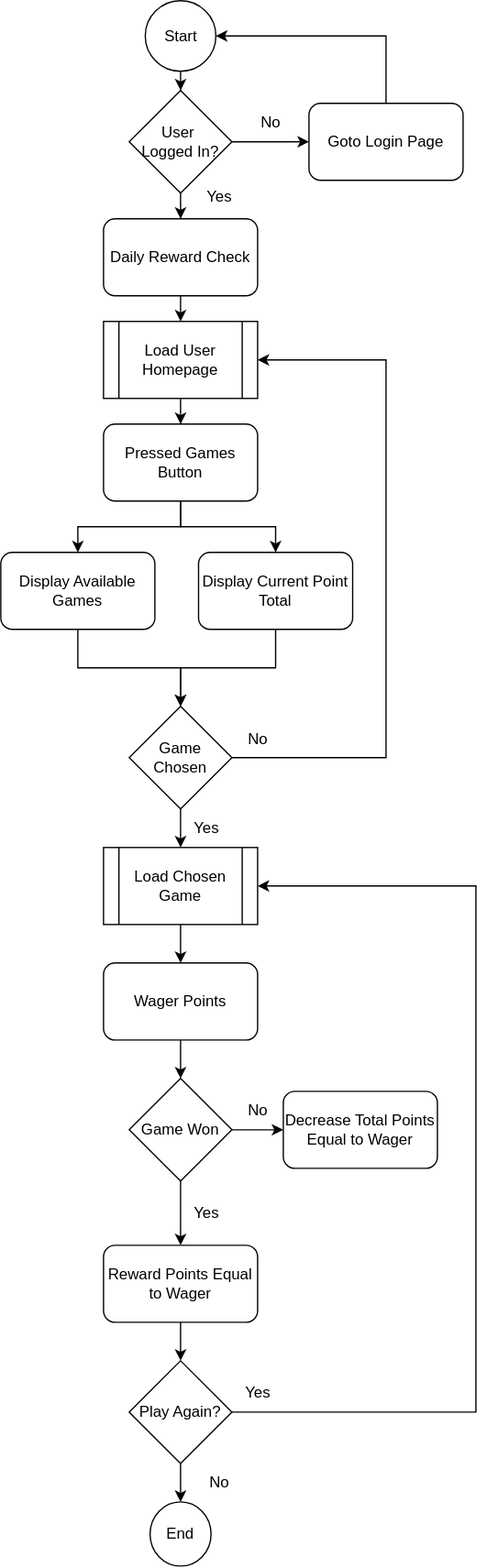
This is diagrams/svg/Daniel-flow.drawio.svg from JeffCompasClassrooms/jeffcompasclassrooms-s25-cs2450-cs2450-project-youface, a draw.io export, as it was before one commit. Source tidied: cells renumbered, new cells last; positions are measured from the earlier drawing's top-left corner, leaving out a move shared by most shapes. Its diagram source:
```xml
<mxGraphModel>
  <root>
    <mxCell id="0" />
    <mxCell id="1" parent="0" />
    <mxCell id="2" style="edgeStyle=orthogonalEdgeStyle;rounded=0;jettySize=auto;html=1;entryX=0.5;entryY=0;entryDx=0;entryDy=0;" parent="1" edge="1" source="3" target="8">
      <mxGeometry relative="1" as="geometry" />
    </mxCell>
    <mxCell id="3" value="Start" style="ellipse;whiteSpace=wrap;html=1;" parent="1" vertex="1">
      <mxGeometry x="112.5" width="55" height="55" as="geometry" />
    </mxCell>
    <mxCell id="4" style="edgeStyle=orthogonalEdgeStyle;rounded=0;jettySize=auto;html=1;" parent="1" edge="1" source="5">
      <mxGeometry relative="1" as="geometry">
        <mxPoint x="140" y="250" as="targetPoint" />
      </mxGeometry>
    </mxCell>
    <mxCell id="5" value="Daily Reward Check" style="rounded=1;whiteSpace=wrap;html=1;" parent="1" vertex="1">
      <mxGeometry x="80" y="170" width="120" height="60" as="geometry" />
    </mxCell>
    <mxCell id="6" style="edgeStyle=orthogonalEdgeStyle;rounded=0;jettySize=auto;html=1;entryX=0.5;entryY=0;entryDx=0;entryDy=0;" parent="1" edge="1" source="8" target="5">
      <mxGeometry relative="1" as="geometry" />
    </mxCell>
    <mxCell id="7" style="edgeStyle=orthogonalEdgeStyle;rounded=0;jettySize=auto;html=1;" parent="1" edge="1" source="8" target="11">
      <mxGeometry relative="1" as="geometry" />
    </mxCell>
    <mxCell id="8" value="User&amp;nbsp;&lt;div&gt;Logged In?&lt;/div&gt;" style="rhombus;whiteSpace=wrap;html=1;" parent="1" vertex="1">
      <mxGeometry x="100" y="70" width="80" height="80" as="geometry" />
    </mxCell>
    <mxCell id="9" value="Yes" style="text;html=1;align=center;verticalAlign=middle;strokeColor=none;fillColor=none;" parent="1" vertex="1">
      <mxGeometry x="150" y="138" width="40" height="30" as="geometry" />
    </mxCell>
    <mxCell id="10" style="edgeStyle=orthogonalEdgeStyle;rounded=0;jettySize=auto;html=1;entryX=1;entryY=0.5;entryDx=0;entryDy=0;" parent="1" edge="1" source="11" target="3">
      <mxGeometry relative="1" as="geometry">
        <Array as="points">
          <mxPoint x="300" y="28" />
        </Array>
      </mxGeometry>
    </mxCell>
    <mxCell id="11" value="Goto Login Page" style="rounded=1;whiteSpace=wrap;html=1;" parent="1" vertex="1">
      <mxGeometry x="240" y="80" width="120" height="60" as="geometry" />
    </mxCell>
    <mxCell id="12" value="No" style="text;html=1;align=center;verticalAlign=middle;strokeColor=none;fillColor=none;" parent="1" vertex="1">
      <mxGeometry x="190" y="80" width="40" height="30" as="geometry" />
    </mxCell>
    <mxCell id="13" style="edgeStyle=orthogonalEdgeStyle;rounded=0;jettySize=auto;html=1;entryX=0.5;entryY=0;entryDx=0;entryDy=0;" parent="1" edge="1" source="14" target="18">
      <mxGeometry relative="1" as="geometry" />
    </mxCell>
    <mxCell id="14" value="Load User Homepage" style="shape=process;whiteSpace=wrap;html=1;backgroundOutline=1;" parent="1" vertex="1">
      <mxGeometry x="80" y="250" width="120" height="60" as="geometry" />
    </mxCell>
    <mxCell id="15" value="End" style="ellipse;whiteSpace=wrap;html=1;" parent="1" vertex="1">
      <mxGeometry x="116.2" y="1170" width="47.5" height="50" as="geometry" />
    </mxCell>
    <mxCell id="16" style="edgeStyle=orthogonalEdgeStyle;rounded=0;jettySize=auto;html=1;entryX=0.5;entryY=0;entryDx=0;entryDy=0;" parent="1" edge="1" source="18" target="20">
      <mxGeometry relative="1" as="geometry" />
    </mxCell>
    <mxCell id="17" style="edgeStyle=orthogonalEdgeStyle;rounded=0;jettySize=auto;html=1;entryX=0.5;entryY=0;entryDx=0;entryDy=0;" parent="1" edge="1" source="18" target="22">
      <mxGeometry relative="1" as="geometry" />
    </mxCell>
    <mxCell id="18" value="Pressed Games Button" style="rounded=1;whiteSpace=wrap;html=1;" parent="1" vertex="1">
      <mxGeometry x="80" y="330" width="120" height="60" as="geometry" />
    </mxCell>
    <mxCell id="19" style="edgeStyle=orthogonalEdgeStyle;rounded=0;jettySize=auto;html=1;entryX=0.5;entryY=0;entryDx=0;entryDy=0;" parent="1" edge="1" source="20" target="25">
      <mxGeometry relative="1" as="geometry" />
    </mxCell>
    <mxCell id="20" value="Display Available Games" style="rounded=1;whiteSpace=wrap;html=1;" parent="1" vertex="1">
      <mxGeometry y="430" width="120" height="60" as="geometry" />
    </mxCell>
    <mxCell id="21" style="edgeStyle=orthogonalEdgeStyle;rounded=0;jettySize=auto;html=1;entryX=0.5;entryY=0;entryDx=0;entryDy=0;" parent="1" edge="1" source="22" target="25">
      <mxGeometry relative="1" as="geometry" />
    </mxCell>
    <mxCell id="22" value="Display Current Point Total" style="rounded=1;whiteSpace=wrap;html=1;" parent="1" vertex="1">
      <mxGeometry x="154" y="430" width="120" height="60" as="geometry" />
    </mxCell>
    <mxCell id="23" style="edgeStyle=orthogonalEdgeStyle;rounded=0;jettySize=auto;html=1;" parent="1" edge="1" source="25">
      <mxGeometry relative="1" as="geometry">
        <mxPoint x="200" y="280" as="targetPoint" />
        <Array as="points">
          <mxPoint x="300" y="590" />
          <mxPoint x="300" y="280" />
          <mxPoint x="200" y="280" />
        </Array>
      </mxGeometry>
    </mxCell>
    <mxCell id="24" style="edgeStyle=orthogonalEdgeStyle;rounded=0;jettySize=auto;html=1;" parent="1" edge="1" source="25">
      <mxGeometry relative="1" as="geometry">
        <mxPoint x="140" y="660" as="targetPoint" />
      </mxGeometry>
    </mxCell>
    <mxCell id="25" value="Game&lt;div&gt;Chosen&lt;/div&gt;" style="rhombus;whiteSpace=wrap;html=1;" parent="1" vertex="1">
      <mxGeometry x="100" y="550" width="80" height="80" as="geometry" />
    </mxCell>
    <mxCell id="26" style="edgeStyle=orthogonalEdgeStyle;rounded=0;jettySize=auto;html=1;entryX=0.5;entryY=0;entryDx=0;entryDy=0;" parent="1" edge="1" source="27" target="33">
      <mxGeometry relative="1" as="geometry" />
    </mxCell>
    <mxCell id="27" value="Load Chosen Game" style="shape=process;whiteSpace=wrap;html=1;backgroundOutline=1;" parent="1" vertex="1">
      <mxGeometry x="80" y="660" width="120" height="60" as="geometry" />
    </mxCell>
    <mxCell id="28" style="edgeStyle=orthogonalEdgeStyle;rounded=0;jettySize=auto;html=1;" parent="1" edge="1" source="30" target="31">
      <mxGeometry relative="1" as="geometry" />
    </mxCell>
    <mxCell id="29" style="edgeStyle=orthogonalEdgeStyle;rounded=0;jettySize=auto;html=1;" parent="1" edge="1" source="30">
      <mxGeometry relative="1" as="geometry">
        <mxPoint x="140" y="970" as="targetPoint" />
      </mxGeometry>
    </mxCell>
    <mxCell id="30" value="Game Won" style="rhombus;whiteSpace=wrap;html=1;" parent="1" vertex="1">
      <mxGeometry x="100" y="840" width="80" height="80" as="geometry" />
    </mxCell>
    <mxCell id="31" value="Decrease Total Points Equal to Wager" style="rounded=1;whiteSpace=wrap;html=1;" parent="1" vertex="1">
      <mxGeometry x="220" y="850" width="120" height="60" as="geometry" />
    </mxCell>
    <mxCell id="32" style="edgeStyle=orthogonalEdgeStyle;rounded=0;jettySize=auto;html=1;" parent="1" edge="1" source="33" target="30">
      <mxGeometry relative="1" as="geometry" />
    </mxCell>
    <mxCell id="33" value="Wager Points" style="rounded=1;whiteSpace=wrap;html=1;" parent="1" vertex="1">
      <mxGeometry x="80" y="750" width="120" height="60" as="geometry" />
    </mxCell>
    <mxCell id="34" style="edgeStyle=orthogonalEdgeStyle;rounded=0;jettySize=auto;html=1;entryX=0;entryY=0.5;entryDx=0;entryDy=0;" parent="1" edge="1" source="35" target="38">
      <mxGeometry relative="1" as="geometry" />
    </mxCell>
    <mxCell id="35" value="Reward Points Equal to Wager" style="rounded=1;whiteSpace=wrap;html=1;" parent="1" vertex="1">
      <mxGeometry x="80" y="970" width="120" height="60" as="geometry" />
    </mxCell>
    <mxCell id="36" style="edgeStyle=orthogonalEdgeStyle;rounded=0;jettySize=auto;html=1;entryX=1;entryY=0.5;entryDx=0;entryDy=0;" parent="1" edge="1" source="38" target="27">
      <mxGeometry relative="1" as="geometry">
        <Array as="points">
          <mxPoint x="370" y="1100" />
          <mxPoint x="370" y="690" />
        </Array>
      </mxGeometry>
    </mxCell>
    <mxCell id="37" style="edgeStyle=orthogonalEdgeStyle;rounded=0;jettySize=auto;html=1;entryX=0.5;entryY=0;entryDx=0;entryDy=0;" parent="1" edge="1" source="38" target="15">
      <mxGeometry relative="1" as="geometry" />
    </mxCell>
    <mxCell id="38" value="Play Again?" style="rhombus;whiteSpace=wrap;html=1;direction=south;" parent="1" vertex="1">
      <mxGeometry x="100" y="1060" width="80" height="80" as="geometry" />
    </mxCell>
    <mxCell id="39" value="No" style="text;html=1;align=center;verticalAlign=middle;strokeColor=none;fillColor=none;" parent="1" vertex="1">
      <mxGeometry x="150" y="1140" width="40" height="30" as="geometry" />
    </mxCell>
    <mxCell id="40" value="Yes" style="text;html=1;align=center;verticalAlign=middle;strokeColor=none;fillColor=none;" parent="1" vertex="1">
      <mxGeometry x="180" y="1070" width="40" height="30" as="geometry" />
    </mxCell>
    <mxCell id="41" value="No" style="text;html=1;align=center;verticalAlign=middle;strokeColor=none;fillColor=none;" parent="1" vertex="1">
      <mxGeometry x="180" y="850" width="40" height="30" as="geometry" />
    </mxCell>
    <mxCell id="42" value="Yes" style="text;html=1;align=center;verticalAlign=middle;strokeColor=none;fillColor=none;" parent="1" vertex="1">
      <mxGeometry x="140" y="930" width="40" height="30" as="geometry" />
    </mxCell>
    <mxCell id="43" value="No" style="text;html=1;align=center;verticalAlign=middle;strokeColor=none;fillColor=none;" parent="1" vertex="1">
      <mxGeometry x="180" y="561" width="40" height="30" as="geometry" />
    </mxCell>
    <mxCell id="44" value="Yes" style="text;html=1;align=center;verticalAlign=middle;strokeColor=none;fillColor=none;" parent="1" vertex="1">
      <mxGeometry x="140" y="630" width="40" height="30" as="geometry" />
    </mxCell>
  </root>
</mxGraphModel>
```
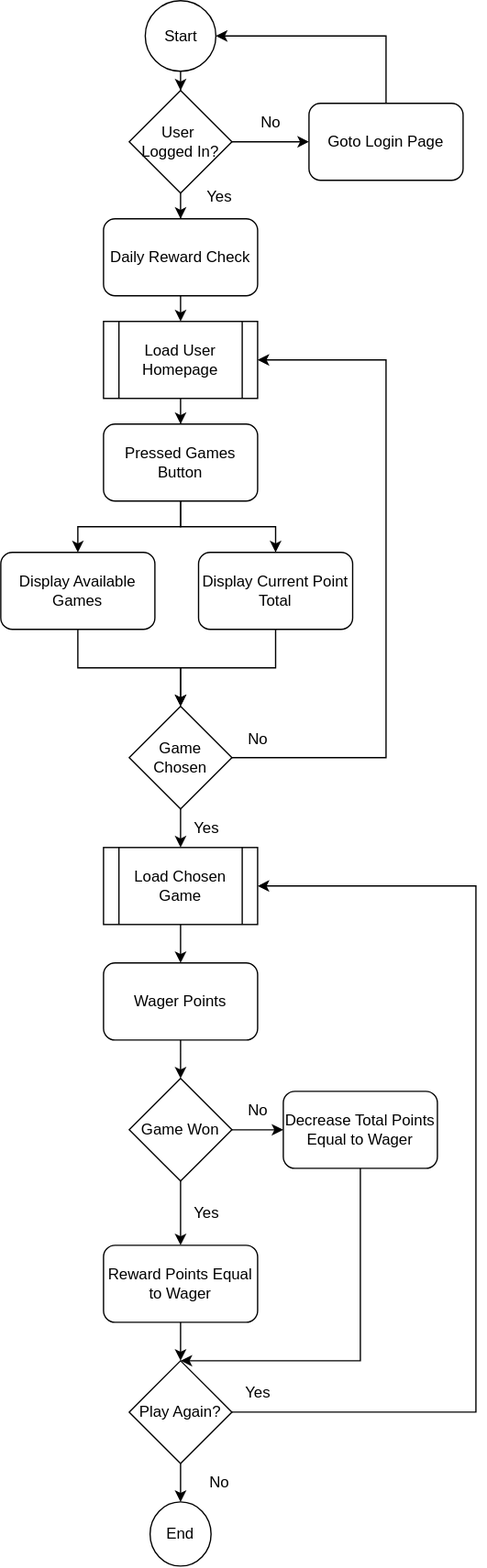
The same diagram one commit later.

Commit message:
Fixed logical error in the game flow chart

Change to the diagram source:
```diff
@@ -106,6 +106,13 @@
     <mxCell id="30" value="Game Won" style="rhombus;whiteSpace=wrap;html=1;" parent="1" vertex="1">
       <mxGeometry x="100" y="840" width="80" height="80" as="geometry" />
     </mxCell>
+    <mxCell id="45" style="edgeStyle=orthogonalEdgeStyle;rounded=0;jettySize=auto;html=1;entryX=0;entryY=0.5;entryDx=0;entryDy=0;" parent="1" edge="1" source="31" target="38">
+      <mxGeometry relative="1" as="geometry">
+        <Array as="points">
+          <mxPoint x="280" y="1060" />
+        </Array>
+      </mxGeometry>
+    </mxCell>
     <mxCell id="31" value="Decrease Total Points Equal to Wager" style="rounded=1;whiteSpace=wrap;html=1;" parent="1" vertex="1">
       <mxGeometry x="220" y="850" width="120" height="60" as="geometry" />
     </mxCell>
```
